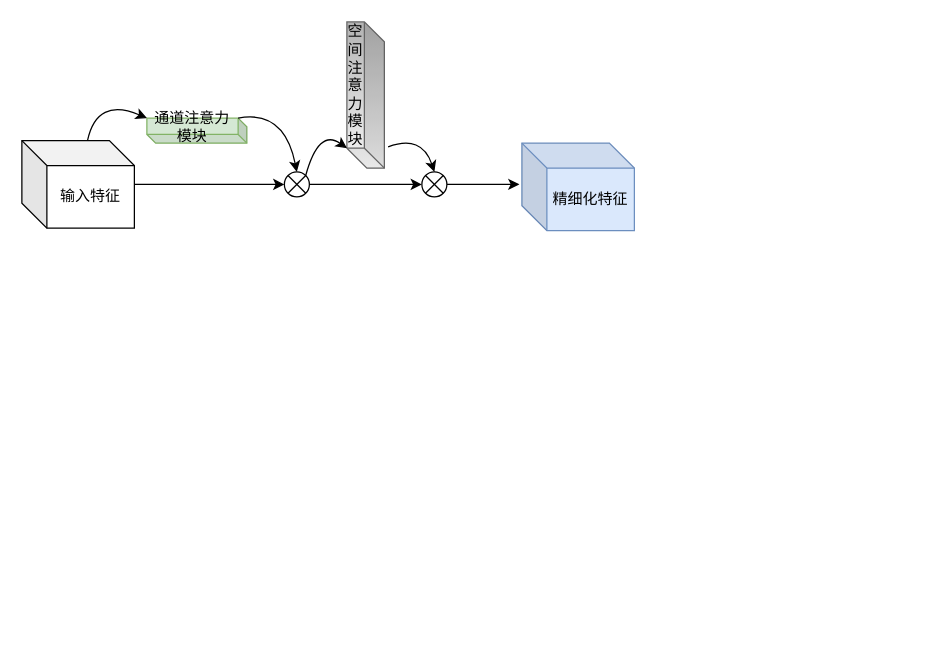
Above: page "第 4 页" (4 of 4) of img/ResNet50结构图.drawio in xjhjinhui/Hydraplus_Net (draw.io), before the change. Source tidied: cells renumbered, new cells numbered last; positions are measured from the earlier drawing's top-left corner, leaving out a move shared by most shapes. Both pictures are drawn from the tidied source at 125%, with x=0, y=0 at pixel (21, 21).
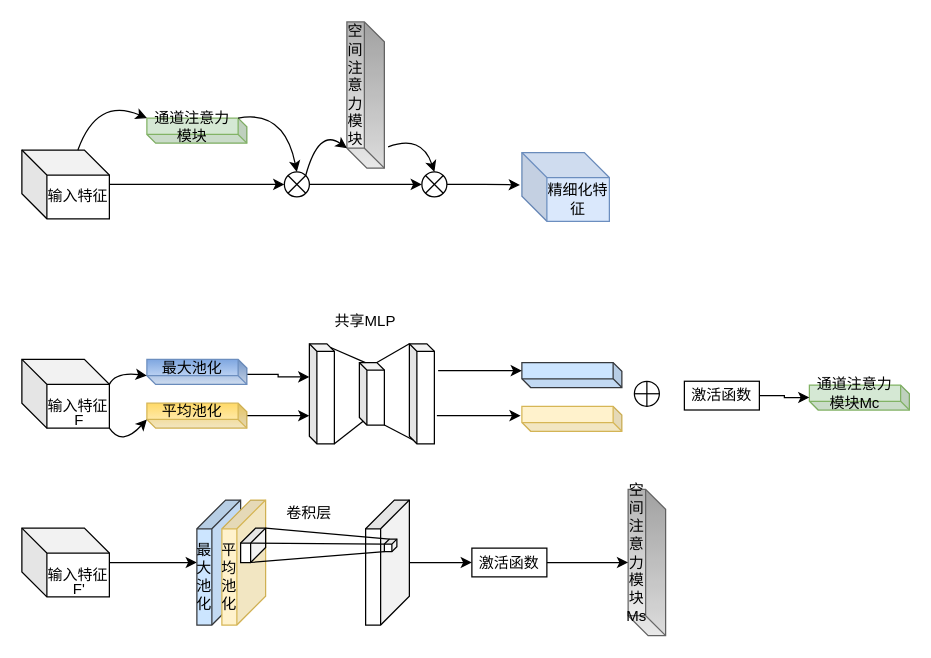
The same diagram, later.

Commit message:
更新ResNet50结构图.drawio

The edit, as a diff of the source:
```diff
@@
+    <mxCell id="15" style="edgeStyle=orthogonalEdgeStyle;rounded=0;jettySize=auto;html=1;entryX=0;entryY=0.5;entryDx=0;entryDy=0;" parent="1" edge="1" source="16" target="50">
+      <mxGeometry relative="1" as="geometry" />
+    </mxCell>
+    <mxCell id="16" style="shape=cube;whiteSpace=wrap;html=1;boundedLbl=1;backgroundOutline=1;darkOpacity=0.05;darkOpacity2=0.1;size=23;direction=south;" parent="1" vertex="1">
+      <mxGeometry x="275" y="382.5" width="35" height="100" as="geometry" />
+    </mxCell>
@@
     <mxCell id="3" value="输入特征" style="shape=cube;whiteSpace=wrap;html=1;boundedLbl=1;backgroundOutline=1;darkOpacity=0.05;darkOpacity2=0.1;" parent="1" vertex="1">
-      <mxGeometry y="95" width="90" height="70" as="geometry" />
+      <mxGeometry y="102.5" width="70" height="55" as="geometry" />
     </mxCell>
@@
     <mxCell id="8" value="精细化特征" style="shape=cube;whiteSpace=wrap;html=1;boundedLbl=1;backgroundOutline=1;darkOpacity=0.05;darkOpacity2=0.1;fillColor=#dae8fc;strokeColor=#6c8ebf;" parent="1" vertex="1">
-      <mxGeometry x="400" y="97" width="90" height="70" as="geometry" />
+      <mxGeometry x="400" y="104.5" width="70" height="55" as="geometry" />
     </mxCell>
@@
+    <mxCell id="17" value="通道注意力模块Mc" style="shape=cube;whiteSpace=wrap;html=1;boundedLbl=1;backgroundOutline=1;darkOpacity=0.05;darkOpacity2=0.1;size=7;direction=west;fillColor=#d5e8d4;strokeColor=#82b366;" parent="1" vertex="1">
+      <mxGeometry x="630" y="290.5" width="80" height="20" as="geometry" />
+    </mxCell>
@@
+    <mxCell id="18" value="空间注意力模块Ms" style="shape=cube;whiteSpace=wrap;html=1;boundedLbl=1;backgroundOutline=1;darkOpacity=0.05;darkOpacity2=0.1;size=16;direction=west;fillColor=#f5f5f5;strokeColor=#666666;gradientColor=#b3b3b3;" parent="1" vertex="1">
+      <mxGeometry x="485" y="374" width="30" height="117" as="geometry" />
+    </mxCell>
@@
+    <mxCell id="19" value="输入特征" style="shape=cube;whiteSpace=wrap;html=1;boundedLbl=1;backgroundOutline=1;darkOpacity=0.05;darkOpacity2=0.1;" parent="1" vertex="1">
+      <mxGeometry y="270" width="70" height="55" as="geometry" />
+    </mxCell>
+    <mxCell id="20" style="edgeStyle=orthogonalEdgeStyle;rounded=0;jettySize=auto;html=1;" parent="1" edge="1" source="21" target="41">
+      <mxGeometry relative="1" as="geometry" />
+    </mxCell>
+    <mxCell id="21" value="输入特征" style="shape=cube;whiteSpace=wrap;html=1;boundedLbl=1;backgroundOutline=1;darkOpacity=0.05;darkOpacity2=0.1;" parent="1" vertex="1">
+      <mxGeometry y="405" width="70" height="55" as="geometry" />
+    </mxCell>
+    <mxCell id="22" style="edgeStyle=orthogonalEdgeStyle;orthogonalLoop=1;jettySize=auto;html=1;entryX=0;entryY=0.306;entryDx=0;entryDy=0;entryPerimeter=0;rounded=0;" parent="1" edge="1">
+      <mxGeometry relative="1" as="geometry">
+        <mxPoint x="180" y="282" as="sourcePoint" />
+        <mxPoint x="230" y="284" as="targetPoint" />
+        <Array as="points">
+          <mxPoint x="205" y="282" />
+          <mxPoint x="205" y="284" />
+        </Array>
+      </mxGeometry>
+    </mxCell>
+    <mxCell id="23" value="最大池化" style="shape=cube;whiteSpace=wrap;html=1;boundedLbl=1;backgroundOutline=1;darkOpacity=0.05;darkOpacity2=0.1;size=7;direction=west;fillColor=#dae8fc;strokeColor=#6c8ebf;gradientColor=#7ea6e0;" parent="1" vertex="1">
+      <mxGeometry x="100" y="270" width="80" height="20" as="geometry" />
+    </mxCell>
+    <mxCell id="24" style="edgeStyle=orthogonalEdgeStyle;rounded=0;jettySize=auto;html=1;entryX=0;entryY=0.719;entryDx=0;entryDy=0;entryPerimeter=0;" parent="1" edge="1" source="25" target="28">
+      <mxGeometry relative="1" as="geometry" />
+    </mxCell>
+    <mxCell id="25" value="平均池化" style="shape=cube;whiteSpace=wrap;html=1;boundedLbl=1;backgroundOutline=1;darkOpacity=0.05;darkOpacity2=0.1;size=7;direction=west;fillColor=#fff2cc;strokeColor=#d6b656;gradientColor=#ffd966;" parent="1" vertex="1">
+      <mxGeometry x="100" y="305" width="80" height="20" as="geometry" />
+    </mxCell>
+    <mxCell id="26" style="endArrow=classic;html=1;curved=1;entryX=0;entryY=0;entryDx=80;entryDy=7;entryPerimeter=0;exitX=0;exitY=0;exitDx=70;exitDy=20;exitPerimeter=0;" parent="1" edge="1" source="19" target="23">
+      <mxGeometry relative="1" as="geometry">
+        <Array as="points">
+          <mxPoint x="75" y="280" />
+        </Array>
+      </mxGeometry>
+    </mxCell>
+    <mxCell id="27" style="endArrow=classic;html=1;curved=1;entryX=0;entryY=0;entryDx=80;entryDy=7;entryPerimeter=0;exitX=1;exitY=1;exitDx=0;exitDy=0;exitPerimeter=0;" parent="1" edge="1" source="19" target="25">
+      <mxGeometry relative="1" as="geometry">
+        <Array as="points">
+          <mxPoint x="80" y="340" />
+        </Array>
+      </mxGeometry>
+    </mxCell>
+    <mxCell id="28" style="shape=cube;whiteSpace=wrap;html=1;boundedLbl=1;backgroundOutline=1;darkOpacity=0.05;darkOpacity2=0.1;size=6;" parent="1" vertex="1">
+      <mxGeometry x="230" y="257.5" width="20" height="80" as="geometry" />
+    </mxCell>
+    <mxCell id="29" style="shape=cube;whiteSpace=wrap;html=1;boundedLbl=1;backgroundOutline=1;darkOpacity=0.05;darkOpacity2=0.1;size=6;" parent="1" vertex="1">
+      <mxGeometry x="310" y="257.5" width="20" height="80" as="geometry" />
+    </mxCell>
+    <mxCell id="30" style="shape=cube;whiteSpace=wrap;html=1;boundedLbl=1;backgroundOutline=1;darkOpacity=0.05;darkOpacity2=0.1;size=6;" parent="1" vertex="1">
+      <mxGeometry x="270" y="272.5" width="20" height="50" as="geometry" />
+    </mxCell>
+    <mxCell id="31" style="endArrow=none;html=1;entryX=0.24;entryY=0.002;entryDx=0;entryDy=0;entryPerimeter=0;exitX=0;exitY=0;exitDx=17;exitDy=3;exitPerimeter=0;" parent="1" edge="1" source="28" target="30">
+      <mxGeometry relative="1" as="geometry" />
+    </mxCell>
+    <mxCell id="32" style="endArrow=none;html=1;entryX=0;entryY=0;entryDx=3;entryDy=47;entryPerimeter=0;exitX=1;exitY=1;exitDx=0;exitDy=0;exitPerimeter=0;" parent="1" edge="1" source="28" target="30">
+      <mxGeometry relative="1" as="geometry" />
+    </mxCell>
+    <mxCell id="33" style="endArrow=none;html=1;entryX=0;entryY=0;entryDx=0;entryDy=0;entryPerimeter=0;exitX=0;exitY=0;exitDx=14;exitDy=0;exitPerimeter=0;" parent="1" edge="1" source="30" target="29">
+      <mxGeometry relative="1" as="geometry" />
+    </mxCell>
+    <mxCell id="34" style="endArrow=none;html=1;entryX=0;entryY=0;entryDx=3;entryDy=77;entryPerimeter=0;exitX=1;exitY=1;exitDx=0;exitDy=0;exitPerimeter=0;" parent="1" edge="1" source="30" target="29">
+      <mxGeometry relative="1" as="geometry" />
+    </mxCell>
+    <mxCell id="35" style="shape=cube;whiteSpace=wrap;html=1;boundedLbl=1;backgroundOutline=1;darkOpacity=0.05;darkOpacity2=0.1;size=7;direction=west;fillColor=#cce5ff;strokeColor=#36393d;" parent="1" vertex="1">
+      <mxGeometry x="400" y="272.5" width="80" height="20" as="geometry" />
+    </mxCell>
+    <mxCell id="36" style="shape=cube;whiteSpace=wrap;html=1;boundedLbl=1;backgroundOutline=1;darkOpacity=0.05;darkOpacity2=0.1;size=7;direction=west;fillColor=#fff2cc;strokeColor=#d6b656;" parent="1" vertex="1">
+      <mxGeometry x="400" y="307.5" width="80" height="20" as="geometry" />
+    </mxCell>
+    <mxCell id="37" style="endArrow=classic;html=1;entryX=0;entryY=0;entryDx=80;entryDy=13.5;entryPerimeter=0;" parent="1" edge="1" target="35">
+      <mxGeometry relative="1" as="geometry">
+        <mxPoint x="333" y="279" as="sourcePoint" />
+      </mxGeometry>
+    </mxCell>
+    <mxCell id="38" style="endArrow=classic;html=1;entryX=0;entryY=0;entryDx=80;entryDy=13.5;entryPerimeter=0;" parent="1" edge="1">
+      <mxGeometry relative="1" as="geometry">
+        <mxPoint x="332" y="315" as="sourcePoint" />
+        <mxPoint x="399" y="315" as="targetPoint" />
+      </mxGeometry>
+    </mxCell>
+    <mxCell id="39" style="shape=orEllipse;perimeter=ellipsePerimeter;whiteSpace=wrap;html=1;backgroundOutline=1;fontStyle=0;" parent="1" vertex="1">
+      <mxGeometry x="490" y="287.5" width="20" height="20" as="geometry" />
+    </mxCell>
+    <mxCell id="40" value="共享MLP" style="text;html=1;strokeColor=none;fillColor=none;align=center;verticalAlign=middle;whiteSpace=wrap;rounded=0;" parent="1" vertex="1">
+      <mxGeometry x="240" y="230" width="70" height="20" as="geometry" />
+    </mxCell>
+    <mxCell id="41" value="最大池化" style="shape=cube;whiteSpace=wrap;html=1;boundedLbl=1;backgroundOutline=1;darkOpacity=0.05;darkOpacity2=0.1;size=23;direction=south;fillColor=#cce5ff;strokeColor=#36393d;" parent="1" vertex="1">
+      <mxGeometry x="140" y="382.5" width="35" height="100" as="geometry" />
+    </mxCell>
+    <mxCell id="42" value="平均池化" style="shape=cube;whiteSpace=wrap;html=1;boundedLbl=1;backgroundOutline=1;darkOpacity=0.05;darkOpacity2=0.1;size=23;direction=south;fillColor=#fff2cc;strokeColor=#d6b656;" parent="1" vertex="1">
+      <mxGeometry x="160" y="382.5" width="35" height="100" as="geometry" />
+    </mxCell>
+    <mxCell id="43" style="shape=cube;whiteSpace=wrap;html=1;boundedLbl=1;backgroundOutline=1;darkOpacity=0.05;darkOpacity2=0.1;size=4;direction=south;" parent="1" vertex="1">
+      <mxGeometry x="290" y="413.8" width="10" height="10" as="geometry" />
+    </mxCell>
+    <mxCell id="44" style="endArrow=none;html=1;exitX=0;exitY=0;exitDx=0;exitDy=0;exitPerimeter=0;entryX=0;entryY=0;entryDx=0;entryDy=6;entryPerimeter=0;" parent="1" edge="1" source="45" target="43">
+      <mxGeometry relative="1" as="geometry" />
+    </mxCell>
+    <mxCell id="45" style="shape=cube;whiteSpace=wrap;html=1;boundedLbl=1;backgroundOutline=1;darkOpacity=0.05;darkOpacity2=0.1;size=12;direction=south;" parent="1" vertex="1">
+      <mxGeometry x="175" y="405" width="20" height="27.5" as="geometry" />
+    </mxCell>
+    <mxCell id="46" style="endArrow=none;html=1;exitX=0;exitY=0;exitDx=27.5;exitDy=12;exitPerimeter=0;entryX=1;entryY=1;entryDx=0;entryDy=0;entryPerimeter=0;" parent="1" edge="1" source="45" target="43">
+      <mxGeometry relative="1" as="geometry" />
+    </mxCell>
+    <mxCell id="47" style="endArrow=none;html=1;exitX=0.545;exitY=0.75;exitDx=0;exitDy=0;exitPerimeter=0;entryX=0;entryY=0;entryDx=4;entryDy=10;entryPerimeter=0;" parent="1" edge="1" target="43">
+      <mxGeometry relative="1" as="geometry">
+        <mxPoint x="183" y="417" as="sourcePoint" />
+      </mxGeometry>
+    </mxCell>
+    <mxCell id="48" value="卷积层" style="text;html=1;strokeColor=none;fillColor=none;align=center;verticalAlign=middle;whiteSpace=wrap;rounded=0;" parent="1" vertex="1">
+      <mxGeometry x="210" y="383" width="40" height="20" as="geometry" />
+    </mxCell>
+    <mxCell id="49" style="edgeStyle=orthogonalEdgeStyle;rounded=0;jettySize=auto;html=1;" parent="1" edge="1" source="50" target="18">
+      <mxGeometry relative="1" as="geometry" />
+    </mxCell>
+    <mxCell id="50" value="激活函数" style="rounded=0;whiteSpace=wrap;html=1;" parent="1" vertex="1">
+      <mxGeometry x="360" y="421" width="60" height="23" as="geometry" />
+    </mxCell>
+    <mxCell id="51" style="edgeStyle=orthogonalEdgeStyle;rounded=0;jettySize=auto;html=1;" parent="1" edge="1" source="52" target="17">
+      <mxGeometry relative="1" as="geometry" />
+    </mxCell>
+    <mxCell id="52" value="激活函数" style="rounded=0;whiteSpace=wrap;html=1;" parent="1" vertex="1">
+      <mxGeometry x="530" y="287.5" width="60" height="23" as="geometry" />
+    </mxCell>
+    <mxCell id="53" value="F" style="text;html=1;strokeColor=none;fillColor=none;align=center;verticalAlign=middle;whiteSpace=wrap;rounded=0;" parent="1" vertex="1">
+      <mxGeometry x="26" y="309" width="40" height="20" as="geometry" />
+    </mxCell>
+    <mxCell id="54" value="F'" style="text;html=1;strokeColor=none;fillColor=none;align=center;verticalAlign=middle;whiteSpace=wrap;rounded=0;" parent="1" vertex="1">
+      <mxGeometry x="26" y="444" width="40" height="20" as="geometry" />
+    </mxCell>
```
